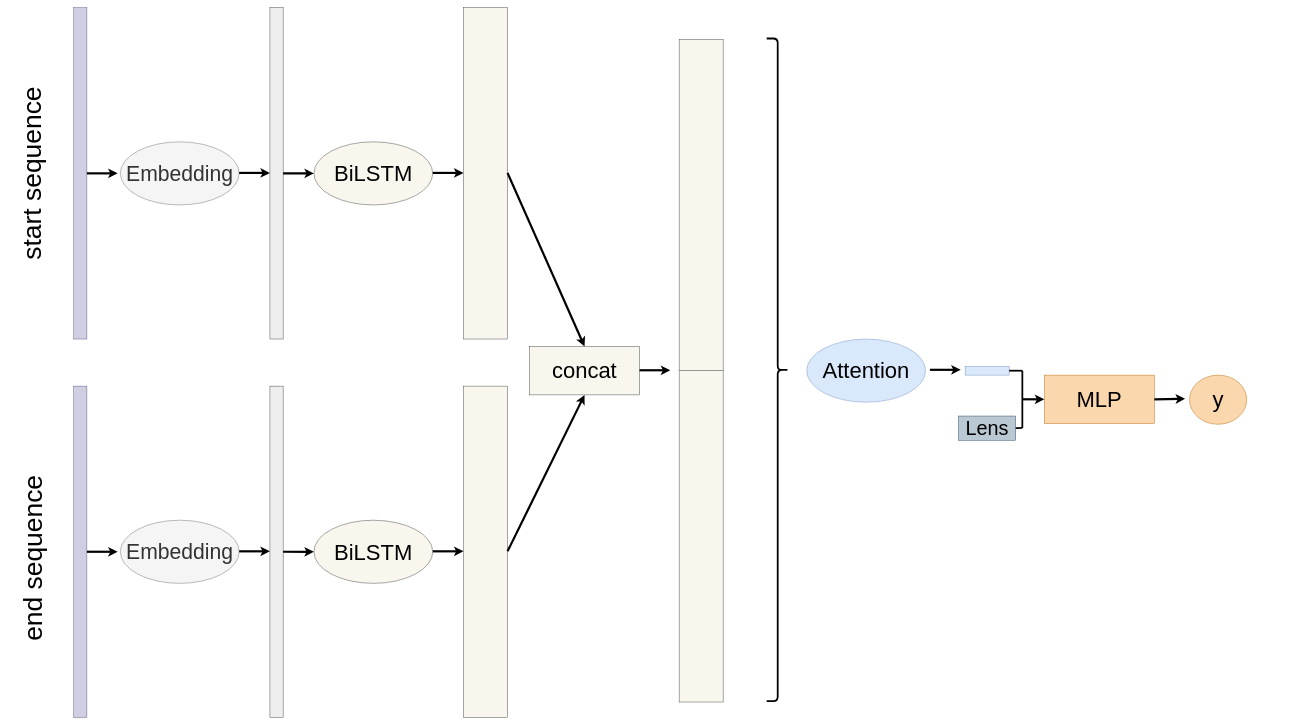
Before: page "AttnBiLSTM" (5 of 7) of visualizations/ch4-methods/visualizations.drawio in arnegebert/splicing, a draw.io diagram. Source tidied: cells renumbered, new cells numbered last; positions are measured from the earlier drawing's top-left corner, leaving out a move shared by most shapes. Both pictures are drawn from the tidied source at 44%, with x=0, y=0 at pixel (-103, 7).
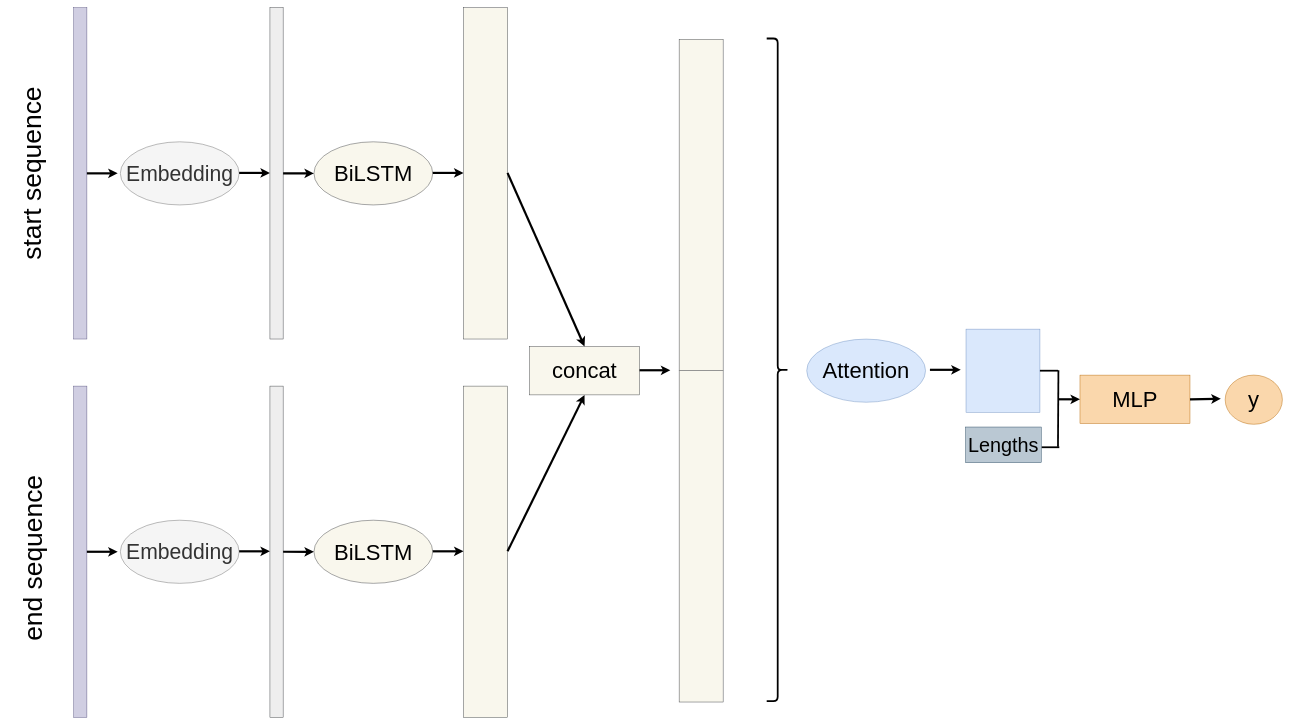
The same page after the edit.

What changed in the source:
```diff
@@
     <mxCell id="27" style="rounded=0;whiteSpace=wrap;html=1;direction=south;fillColor=#dae8fc;strokeColor=#6c8ebf;" parent="1" vertex="1">
-      <mxGeometry x="2426" y="815" width="100" height="20" as="geometry" />
+      <mxGeometry x="2428" y="730.5" width="168" height="189" as="geometry" />
     </mxCell>
@@
-    <mxCell id="29" value="&lt;font style=&quot;font-size: 45px&quot;&gt;Lens&lt;/font&gt;" style="rounded=0;whiteSpace=wrap;html=1;direction=south;fillColor=#bac8d3;strokeColor=#23445d;" parent="1" vertex="1">
-      <mxGeometry x="2411" y="928" width="130" height="55.2" as="geometry" />
-    </mxCell>
     <mxCell id="30" value="&lt;font style=&quot;font-size: 50px&quot;&gt;MLP&lt;/font&gt;" style="rounded=0;whiteSpace=wrap;html=1;fillColor=#fad7ac;strokeColor=#b46504;" parent="1" vertex="1">
-      <mxGeometry x="2606" y="835" width="250" height="110" as="geometry" />
+      <mxGeometry x="2687" y="835" width="250" height="110" as="geometry" />
     </mxCell>
     <mxCell id="31" style="endArrow=classic;html=1;exitX=1;exitY=0.5;exitDx=0;exitDy=0;strokeWidth=5;" parent="1" edge="1" source="30">
       <mxGeometry relative="1" as="geometry">
-        <mxPoint x="2926" y="889" as="targetPoint" />
+        <mxPoint x="3007" y="889" as="targetPoint" />
       </mxGeometry>
     </mxCell>
     <mxCell id="32" value="&lt;span style=&quot;font-size: 50px&quot;&gt;y&lt;br&gt;&lt;/span&gt;" style="ellipse;whiteSpace=wrap;html=1;fillColor=#fad7ac;strokeColor=#b46504;" parent="1" vertex="1">
-      <mxGeometry x="2936" y="835" width="130" height="111.8" as="geometry" />
+      <mxGeometry x="3017" y="835" width="130" height="111.8" as="geometry" />
     </mxCell>
     <mxCell id="33" style="endArrow=classic;html=1;entryX=0;entryY=0.5;entryDx=0;entryDy=0;strokeWidth=5;" parent="1" edge="1">
       <mxGeometry relative="1" as="geometry">
-        <mxPoint x="2556" y="890" as="sourcePoint" />
-        <mxPoint x="2606" y="890" as="targetPoint" />
+        <mxPoint x="2637" y="890" as="sourcePoint" />
+        <mxPoint x="2687" y="890" as="targetPoint" />
       </mxGeometry>
     </mxCell>
     <mxCell id="34" style="endArrow=none;html=1;strokeWidth=4;" parent="1" edge="1">
       <mxGeometry relative="1" as="geometry">
-        <mxPoint x="2556" y="955" as="sourcePoint" />
-        <mxPoint x="2556" y="825" as="targetPoint" />
+        <mxPoint x="2637" y="998" as="sourcePoint" />
+        <mxPoint x="2638" y="824" as="targetPoint" />
       </mxGeometry>
     </mxCell>
     <mxCell id="35" style="endArrow=none;html=1;strokeWidth=4;exitX=0.5;exitY=0;exitDx=0;exitDy=0;" parent="1" edge="1" source="27">
       <mxGeometry relative="1" as="geometry">
-        <mxPoint x="2556" y="825" as="targetPoint" />
+        <mxPoint x="2637" y="825" as="targetPoint" />
       </mxGeometry>
     </mxCell>
-    <mxCell id="36" style="endArrow=none;html=1;strokeWidth=4;exitX=0.5;exitY=0;exitDx=0;exitDy=0;" parent="1" edge="1" source="29">
-      <mxGeometry relative="1" as="geometry">
-        <mxPoint x="2556" y="955" as="targetPoint" />
-      </mxGeometry>
-    </mxCell>
@@
+    <mxCell id="40" value="&lt;font style=&quot;font-size: 45px&quot;&gt;Lengths&lt;/font&gt;" style="rounded=0;whiteSpace=wrap;html=1;direction=south;fillColor=#bac8d3;strokeColor=#23445d;" parent="1" vertex="1">
+      <mxGeometry x="2427" y="953" width="172" height="81" as="geometry" />
+    </mxCell>
+    <mxCell id="41" style="endArrow=none;html=1;strokeWidth=4;" parent="1" edge="1">
+      <mxGeometry relative="1" as="geometry">
+        <mxPoint x="2640" y="999" as="sourcePoint" />
+        <mxPoint x="2600" y="999" as="targetPoint" />
+      </mxGeometry>
+    </mxCell>
```
